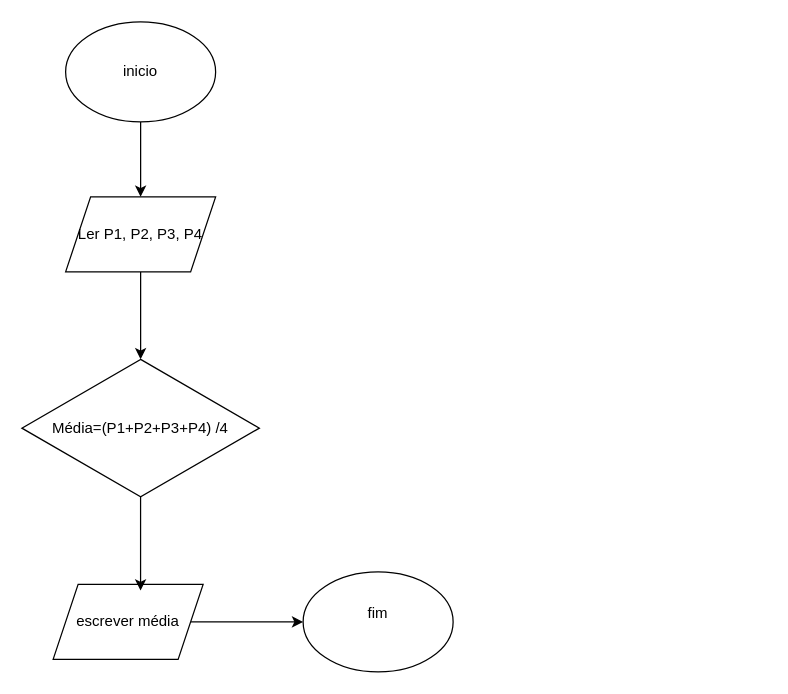
Above: Fluxograma1.drawio in zenoxx244/diagrama (draw.io), before the change. Source tidied: cells renumbered, new cells numbered last; positions are measured from the earlier drawing's top-left corner, leaving out a move shared by most shapes. Both pictures are drawn from the tidied source at 125%, with x=0, y=0 at pixel (21, 21).
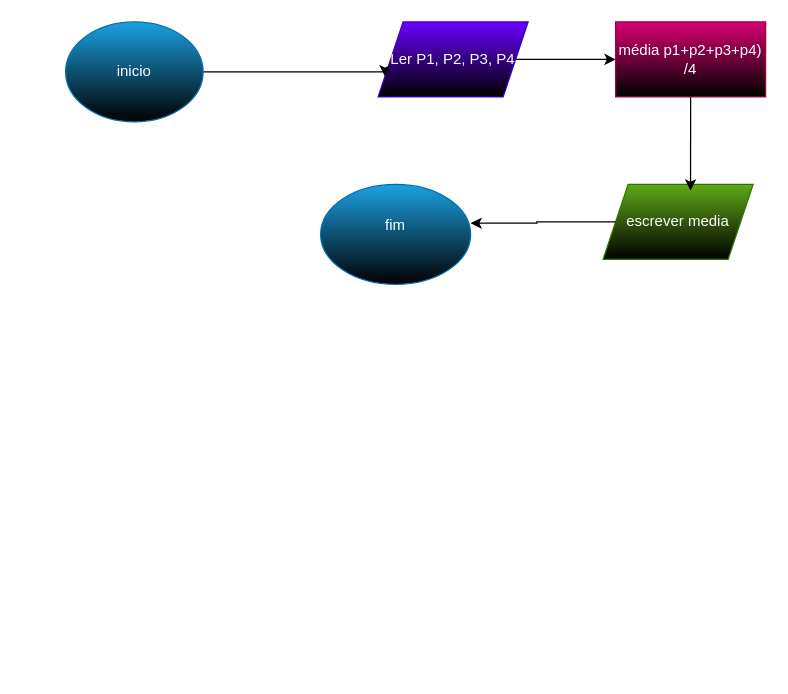
After the change.

The edit, as a diff of the source:
```diff
@@
 <mxGraphModel>
   <root>
     <mxCell id="0" />
     <mxCell id="1" parent="0" />
-    <mxCell id="2" style="edgeStyle=orthogonalEdgeStyle;rounded=0;jettySize=auto;html=1;exitX=0.5;exitY=1;exitDx=0;exitDy=0;" parent="1" edge="1" source="3" target="5">
-      <mxGeometry relative="1" as="geometry" />
-    </mxCell>
-    <mxCell id="3" value="inicio" style="ellipse;whiteSpace=wrap;html=1;shapeInside=1;" parent="1" vertex="1">
-      <mxGeometry x="35" width="120" height="80" as="geometry" />
-    </mxCell>
-    <mxCell id="4" style="edgeStyle=orthogonalEdgeStyle;rounded=0;jettySize=auto;html=1;exitX=0.5;exitY=1;exitDx=0;exitDy=0;" parent="1" edge="1" source="5" target="6">
-      <mxGeometry relative="1" as="geometry" />
-    </mxCell>
+    <mxCell id="11" style="edgeStyle=orthogonalEdgeStyle;rounded=0;jettySize=auto;html=1;entryX=0;entryY=0.5;entryDx=0;entryDy=0;" parent="1" edge="1" source="5" target="12">
+      <mxGeometry relative="1" as="geometry" />
+    </mxCell>
-    <mxCell id="5" value="&lt;br&gt;Ler P1, P2, P3, P4&lt;div&gt;&lt;br/&gt;&lt;/div&gt;" style="shape=parallelogram;perimeter=parallelogramPerimeter;whiteSpace=wrap;html=1;shapeInside=1;fixedSize=1;" parent="1" vertex="1">
-      <mxGeometry x="35" y="140" width="120" height="60" as="geometry" />
+    <mxCell id="5" value="&lt;br&gt;Ler P1, P2, P3, P4&lt;div&gt;&lt;br/&gt;&lt;/div&gt;" style="shape=parallelogram;perimeter=parallelogramPerimeter;whiteSpace=wrap;html=1;shapeInside=1;fixedSize=1;fillColor=#6a00ff;fontColor=#ffffff;strokeColor=#3700CC;gradientColor=default;" parent="1" vertex="1">
+      <mxGeometry x="285" width="120" height="60" as="geometry" />
     </mxCell>
-    <mxCell id="6" value="&lt;div&gt;&lt;br&gt;&lt;/div&gt;&lt;div&gt;Média=(P1+P2+P3+P4) /4&lt;/div&gt;&lt;div&gt;&lt;br&gt;&lt;/div&gt;" style="rhombus;whiteSpace=wrap;html=1;shapeInside=1;" parent="1" vertex="1">
-      <mxGeometry y="270" width="190" height="110" as="geometry" />
-    </mxCell>
-    <mxCell id="7" value="fim&lt;div&gt;&lt;br/&gt;&lt;/div&gt;" style="ellipse;whiteSpace=wrap;html=1;shapeInside=1;" parent="1" vertex="1">
-      <mxGeometry x="225" y="440" width="120" height="80" as="geometry" />
+    <mxCell id="7" value="fim&lt;div&gt;&lt;br/&gt;&lt;/div&gt;" style="ellipse;whiteSpace=wrap;html=1;shapeInside=1;fillColor=#1ba1e2;fontColor=#ffffff;strokeColor=#006EAF;gradientColor=default;" parent="1" vertex="1">
+      <mxGeometry x="239" y="130" width="120" height="80" as="geometry" />
     </mxCell>
-    <mxCell id="8" style="edgeStyle=orthogonalEdgeStyle;rounded=0;jettySize=auto;html=1;exitX=1;exitY=0.5;exitDx=0;exitDy=0;entryX=0;entryY=0.5;entryDx=0;entryDy=0;" parent="1" edge="1" source="9" target="7">
-      <mxGeometry relative="1" as="geometry" />
-    </mxCell>
-    <mxCell id="9" value="escrever média" style="shape=parallelogram;perimeter=parallelogramPerimeter;whiteSpace=wrap;html=1;shapeInside=1;fixedSize=1;" parent="1" vertex="1">
-      <mxGeometry x="25" y="450" width="120" height="60" as="geometry" />
+    <mxCell id="9" value="escrever media" style="shape=parallelogram;perimeter=parallelogramPerimeter;whiteSpace=wrap;html=1;shapeInside=1;fixedSize=1;fillColor=#60a917;fontColor=#ffffff;strokeColor=#2D7600;gradientColor=default;" parent="1" vertex="1">
+      <mxGeometry x="465" y="130" width="120" height="60" as="geometry" />
     </mxCell>
-    <mxCell id="10" style="edgeStyle=orthogonalEdgeStyle;rounded=0;jettySize=auto;html=1;entryX=0.583;entryY=0.083;entryDx=0;entryDy=0;entryPerimeter=0;" parent="1" edge="1" source="6" target="9">
+    <mxCell id="10" style="edgeStyle=orthogonalEdgeStyle;rounded=0;jettySize=auto;html=1;entryX=0.583;entryY=0.083;entryDx=0;entryDy=0;entryPerimeter=0;exitX=0.5;exitY=1;exitDx=0;exitDy=0;" parent="1" edge="1" source="12" target="9">
       <mxGeometry relative="1" as="geometry" />
     </mxCell>
+    <mxCell id="12" value="média p1+p2+p3+p4) /4" style="rounded=0;whiteSpace=wrap;html=1;fillColor=#d80073;fontColor=#ffffff;strokeColor=#A50040;gradientColor=default;" parent="1" vertex="1">
+      <mxGeometry x="475" width="120" height="60" as="geometry" />
+    </mxCell>
+    <mxCell id="8" style="edgeStyle=orthogonalEdgeStyle;rounded=0;jettySize=auto;html=1;exitX=0;exitY=0.5;exitDx=0;exitDy=0;entryX=1;entryY=0.388;entryDx=0;entryDy=0;entryPerimeter=0;" parent="1" edge="1" source="9" target="7">
+      <mxGeometry relative="1" as="geometry" />
+    </mxCell>
+    <mxCell id="13" style="edgeStyle=orthogonalEdgeStyle;rounded=0;jettySize=auto;html=1;" parent="1" edge="1" source="3">
+      <mxGeometry relative="1" as="geometry">
+        <mxPoint x="290.4" y="43.6" as="targetPoint" />
+        <Array as="points">
+          <mxPoint x="290.5" y="40" />
+        </Array>
+      </mxGeometry>
+    </mxCell>
+    <mxCell id="3" value="inicio" style="ellipse;whiteSpace=wrap;html=1;shapeInside=1;fillColor=#1ba1e2;fontColor=#ffffff;strokeColor=#006EAF;align=center;fontStyle=0;labelBackgroundColor=none;labelBorderColor=none;textShadow=0;gradientColor=default;" parent="1" vertex="1">
+      <mxGeometry x="35" width="110" height="80" as="geometry" />
+    </mxCell>
   </root>
 </mxGraphModel>
```
